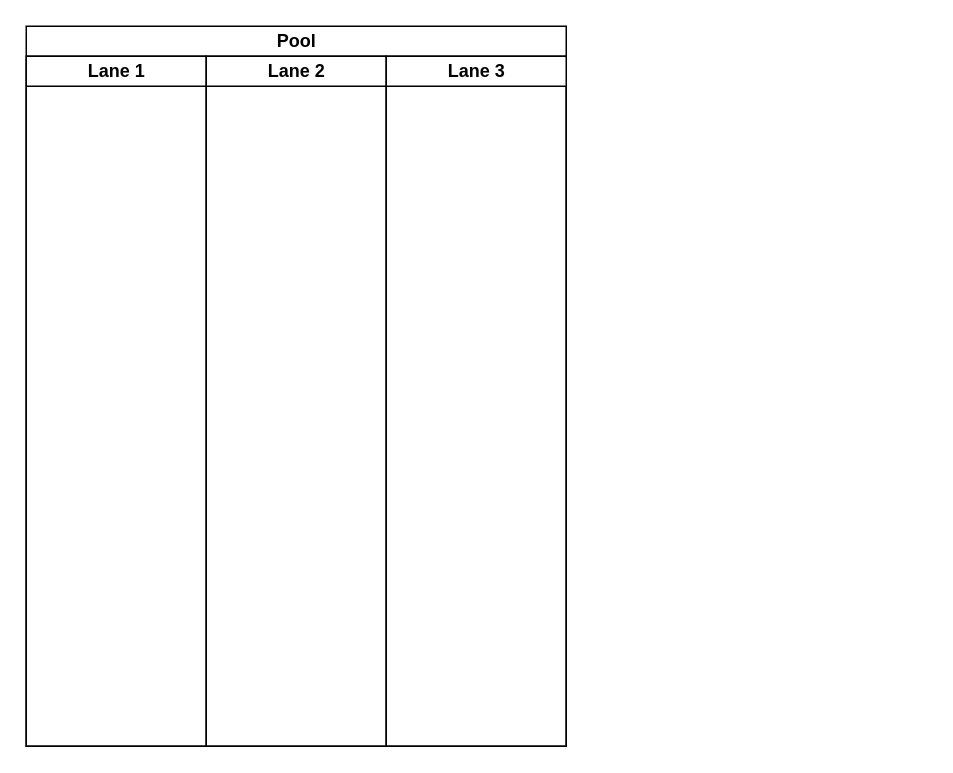
Above: 未命名绘图.drawio in xuxu8511/draw.io (draw.io), before the change. Source tidied: cells renumbered, new cells numbered last; positions are measured from the earlier drawing's top-left corner, leaving out a move shared by most shapes. Both pictures are drawn from the tidied source at 150%, with x=0, y=0 at pixel (26, 26).
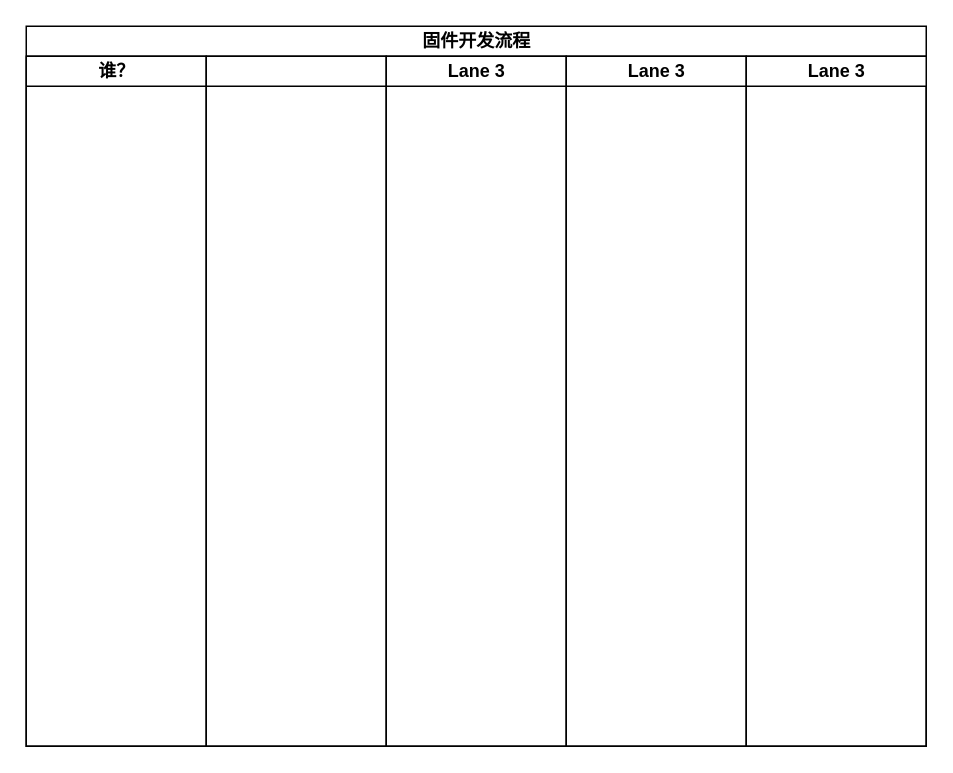
Above is the later version.

Commit message:
固件开发流程.drawio

The edit, as a diff of the source:
```diff
@@
 <mxGraphModel>
   <root>
     <mxCell id="0" />
     <mxCell id="1" parent="0" />
-    <mxCell id="2" value="Pool" style="swimlane;startSize=20;html=1;" parent="1" vertex="1">
-      <mxGeometry width="360" height="480" as="geometry" />
+    <mxCell id="2" value="固件开发流程" style="swimlane;startSize=20;html=1;" parent="1" vertex="1">
+      <mxGeometry width="600" height="480" as="geometry" />
     </mxCell>
-    <mxCell id="3" value="Lane 1" style="swimlane;startSize=20;html=1;" parent="2" vertex="1">
+    <mxCell id="3" value="谁？" style="swimlane;startSize=20;html=1;" parent="2" vertex="1">
       <mxGeometry y="20" width="120" height="460" as="geometry" />
     </mxCell>
-    <mxCell id="4" value="Lane 2" style="swimlane;startSize=20;html=1;" parent="2" vertex="1">
+    <mxCell id="4" style="swimlane;startSize=20;html=1;" parent="2" vertex="1">
       <mxGeometry x="120" y="20" width="120" height="460" as="geometry" />
     </mxCell>
     <mxCell id="5" value="Lane 3" style="swimlane;startSize=20;html=1;" parent="2" vertex="1">
       <mxGeometry x="240" y="20" width="120" height="460" as="geometry" />
     </mxCell>
+    <mxCell id="6" value="Lane 3" style="swimlane;startSize=20;html=1;" parent="2" vertex="1">
+      <mxGeometry x="360" y="20" width="120" height="460" as="geometry" />
+    </mxCell>
+    <mxCell id="7" value="Lane 3" style="swimlane;startSize=20;html=1;" parent="2" vertex="1">
+      <mxGeometry x="480" y="20" width="120" height="460" as="geometry" />
+    </mxCell>
   </root>
 </mxGraphModel>
```
